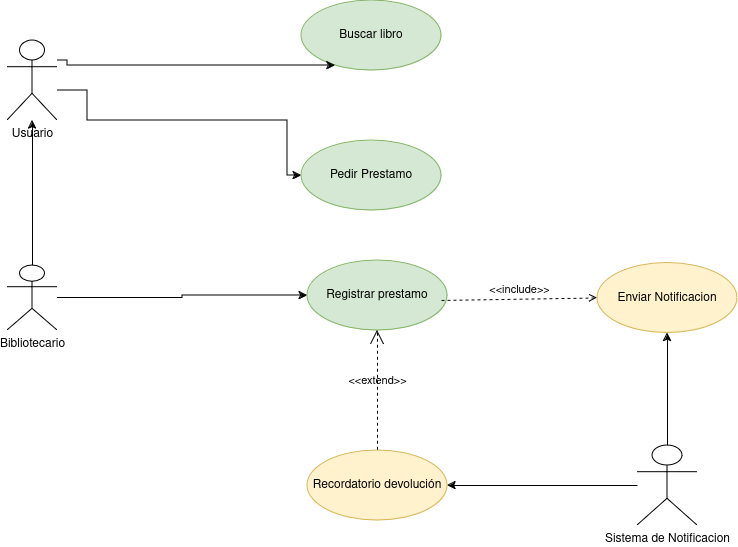
Earlier version of the draw.io export Diagrama sin título.drawio.png (gian700/ejercicio-git-libro). Source tidied: cells renumbered, new cells last; positions are measured from the earlier drawing's top-left corner, leaving out a move shared by most shapes.
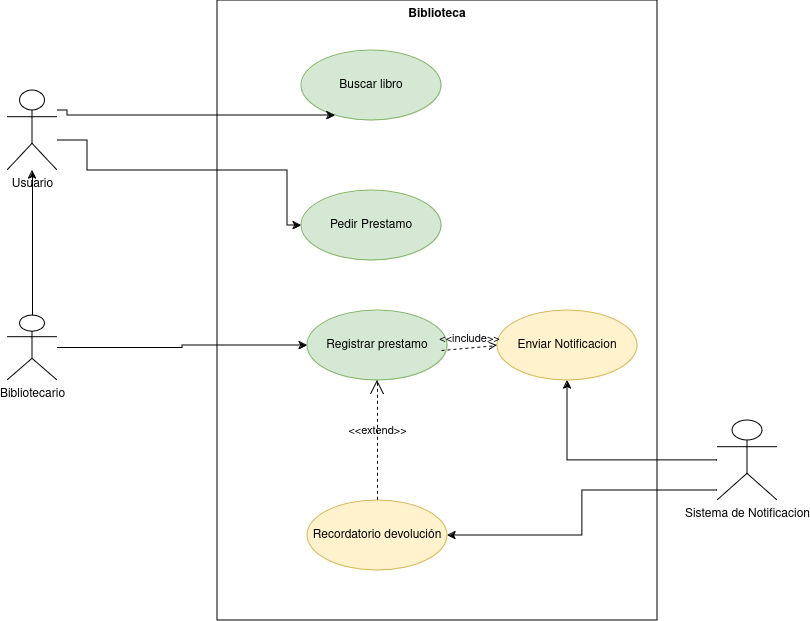
The same diagram one commit later.

The edit, as a diff of the source:
```diff
@@ -2,6 +2,9 @@
   <root>
     <mxCell id="0" />
     <mxCell id="1" parent="0" />
+    <mxCell id="18" value="&lt;div&gt;Biblioteca&lt;/div&gt;" style="shape=rect;html=1;verticalAlign=top;fontStyle=1;whiteSpace=wrap;align=center;fillColor=none;" parent="1" vertex="1">
+      <mxGeometry x="210" y="-50" width="440" height="620" as="geometry" />
+    </mxCell>
     <mxCell id="2" value="Buscar libro" style="ellipse;whiteSpace=wrap;html=1;fillColor=#d5e8d4;strokeColor=#82b366;" parent="1" vertex="1">
       <mxGeometry x="294" width="140" height="70" as="geometry" />
     </mxCell>
@@ -39,10 +42,15 @@
       <mxGeometry relative="1" as="geometry" />
     </mxCell>
     <mxCell id="10" style="edgeStyle=orthogonalEdgeStyle;rounded=0;jettySize=auto;html=1;" parent="1" edge="1" source="11" target="15">
-      <mxGeometry relative="1" as="geometry" />
+      <mxGeometry relative="1" as="geometry">
+        <Array as="points">
+          <mxPoint x="575" y="440" />
+          <mxPoint x="575" y="485" />
+        </Array>
+      </mxGeometry>
     </mxCell>
     <mxCell id="11" value="Sistema de Notificacion" style="shape=umlActor;html=1;verticalLabelPosition=bottom;verticalAlign=top;align=center;" parent="1" vertex="1">
-      <mxGeometry x="630" y="445" width="60" height="80" as="geometry" />
+      <mxGeometry x="710" y="370" width="60" height="80" as="geometry" />
     </mxCell>
     <mxCell id="12" value="Pedir Prestamo" style="ellipse;whiteSpace=wrap;html=1;fillColor=#d5e8d4;strokeColor=#82b366;" parent="1" vertex="1">
       <mxGeometry x="294" y="140" width="140" height="70" as="geometry" />
@@ -51,7 +59,7 @@
       <mxGeometry x="300" y="260" width="140" height="70" as="geometry" />
     </mxCell>
     <mxCell id="14" value="Enviar Notificacion" style="ellipse;whiteSpace=wrap;html=1;fillColor=#fff2cc;strokeColor=#d6b656;" parent="1" vertex="1">
-      <mxGeometry x="590" y="262.5" width="140" height="70" as="geometry" />
+      <mxGeometry x="490" y="260" width="140" height="70" as="geometry" />
     </mxCell>
     <mxCell id="15" value="&lt;div&gt;Recordatorio devolución&lt;/div&gt;" style="ellipse;whiteSpace=wrap;html=1;fillColor=#fff2cc;strokeColor=#d6b656;" parent="1" vertex="1">
       <mxGeometry x="300" y="450" width="140" height="70" as="geometry" />
```
